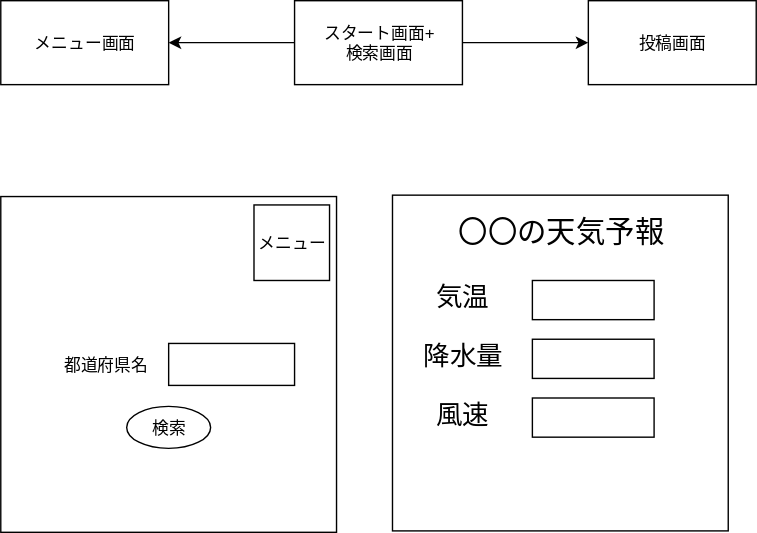
The draw.io diagram documents/page-design.drawio.svg in 422016Miran/mu-psd-03, before a commit. Source tidied: cells renumbered, new cells last; positions are measured from the earlier drawing's top-left corner, leaving out a move shared by most shapes.
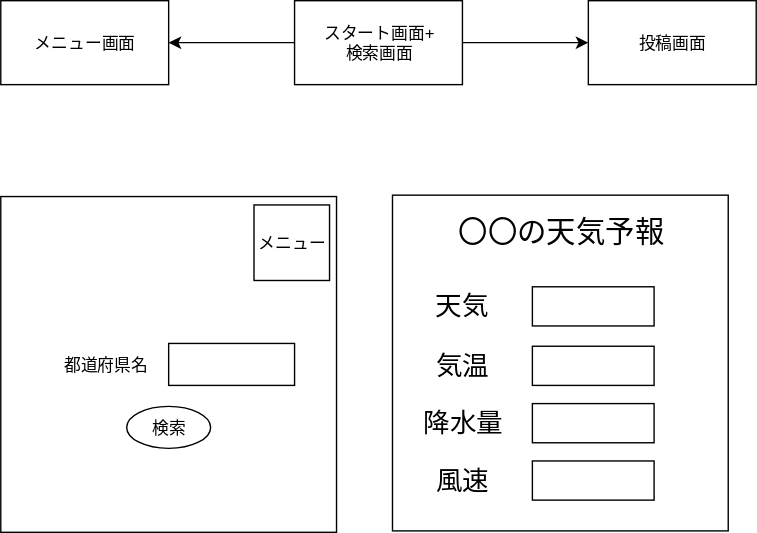
The same diagram one commit later.

Diff of the diagram source:
```diff
@@ -51,22 +51,28 @@
       <mxGeometry x="325" y="146" width="150" height="37" as="geometry" />
     </mxCell>
     <mxCell id="17" value="気温" style="text;html=1;strokeColor=none;fillColor=none;align=center;verticalAlign=middle;whiteSpace=wrap;rounded=0;fontSize=19;" parent="1" vertex="1">
-      <mxGeometry x="297.5" y="200" width="65" height="25" as="geometry" />
+      <mxGeometry x="297.5" y="248.5" width="65" height="25" as="geometry" />
     </mxCell>
     <mxCell id="18" value="降水量&lt;span style=&quot;color: rgba(0 , 0 , 0 , 0) ; font-family: monospace ; font-size: 0px&quot;&gt;%3CmxGraphModel%3E%3Croot%3E%3CmxCell%20id%3D%220%22%2F%3E%3CmxCell%20id%3D%221%22%20parent%3D%220%22%2F%3E%3CmxCell%20id%3D%222%22%20value%3D%22%E6%B0%97%E6%B8%A9%22%20style%3D%22text%3Bhtml%3D1%3BstrokeColor%3Dnone%3BfillColor%3Dnone%3Balign%3Dcenter%3BverticalAlign%3Dmiddle%3BwhiteSpace%3Dwrap%3Brounded%3D0%3BfontSize%3D19%3B%22%20vertex%3D%221%22%20parent%3D%221%22%3E%3CmxGeometry%20x%3D%22337.5%22%20y%3D%22260%22%20width%3D%2265%22%20height%3D%2225%22%20as%3D%22geometry%22%2F%3E%3C%2FmxCell%3E%3C%2Froot%3E%3C%2FmxGraphModel%3E&lt;/span&gt;" style="text;html=1;strokeColor=none;fillColor=none;align=center;verticalAlign=middle;whiteSpace=wrap;rounded=0;fontSize=19;" parent="1" vertex="1">
-      <mxGeometry x="297.5" y="242" width="65" height="25" as="geometry" />
+      <mxGeometry x="297.5" y="289.5" width="65" height="25" as="geometry" />
     </mxCell>
     <mxCell id="19" value="風速" style="text;html=1;strokeColor=none;fillColor=none;align=center;verticalAlign=middle;whiteSpace=wrap;rounded=0;fontSize=19;" parent="1" vertex="1">
-      <mxGeometry x="297.5" y="284" width="65" height="25" as="geometry" />
+      <mxGeometry x="297.5" y="330.5" width="65" height="25" as="geometry" />
     </mxCell>
     <mxCell id="20" style="rounded=0;whiteSpace=wrap;html=1;fontSize=19;" parent="1" vertex="1">
-      <mxGeometry x="380" y="200" width="87" height="28" as="geometry" />
+      <mxGeometry x="380" y="247" width="87" height="28" as="geometry" />
     </mxCell>
     <mxCell id="21" style="rounded=0;whiteSpace=wrap;html=1;fontSize=19;" parent="1" vertex="1">
-      <mxGeometry x="380" y="242" width="87" height="28" as="geometry" />
+      <mxGeometry x="380" y="288" width="87" height="28" as="geometry" />
     </mxCell>
     <mxCell id="22" style="rounded=0;whiteSpace=wrap;html=1;fontSize=19;" parent="1" vertex="1">
-      <mxGeometry x="380" y="284" width="87" height="28" as="geometry" />
+      <mxGeometry x="380" y="329" width="87" height="28" as="geometry" />
     </mxCell>
+    <mxCell id="23" style="rounded=0;whiteSpace=wrap;html=1;fontSize=19;" parent="1" vertex="1">
+      <mxGeometry x="380" y="204.5" width="87" height="28" as="geometry" />
+    </mxCell>
+    <mxCell id="24" value="天気" style="text;html=1;strokeColor=none;fillColor=none;align=center;verticalAlign=middle;whiteSpace=wrap;rounded=0;fontSize=19;" parent="1" vertex="1">
+      <mxGeometry x="310" y="208.5" width="40" height="20" as="geometry" />
+    </mxCell>
   </root>
 </mxGraphModel>
```
